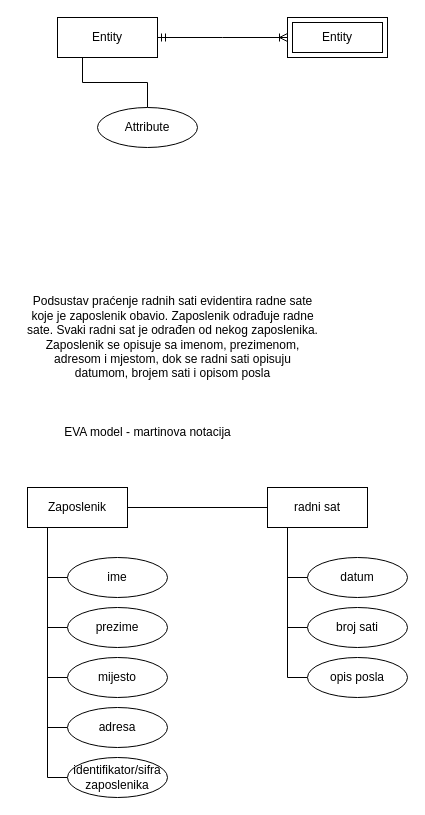
Earlier version of the draw.io diagram Untitled Diagram.drawio (ivorp95/Telematika). Source tidied: cells renumbered, new cells numbered last; positions are measured from the earlier drawing's top-left corner, leaving out a move shared by most shapes. Both pictures are drawn from the tidied source at 100%, with x=0, y=0 at pixel (17, 17).
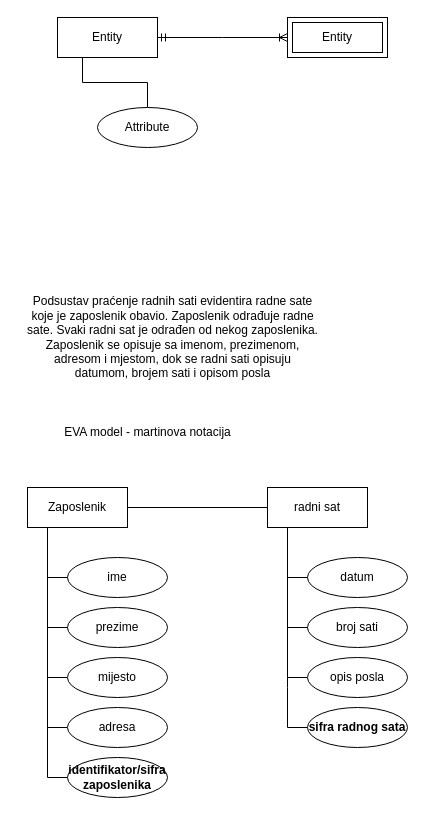
The same diagram, later.

Change to the diagram source:
```diff
@@
-    <mxCell id="21" value="identifikator/sifra zaposlenika" style="ellipse;whiteSpace=wrap;html=1;align=center;" parent="1" vertex="1">
+    <mxCell id="21" value="&lt;b&gt;identifikator/sifra zaposlenika&lt;/b&gt;" style="ellipse;whiteSpace=wrap;html=1;align=center;" parent="1" vertex="1">
       <mxGeometry x="50" y="740" width="100" height="40" as="geometry" />
     </mxCell>
@@
+    <mxCell id="28" style="edgeStyle=orthogonalEdgeStyle;rounded=0;jettySize=auto;html=1;exitX=0;exitY=0.5;exitDx=0;exitDy=0;endArrow=none;endFill=0;" parent="1" edge="1" source="29">
+      <mxGeometry relative="1" as="geometry">
+        <mxPoint x="270" y="660" as="targetPoint" />
+      </mxGeometry>
+    </mxCell>
+    <mxCell id="29" value="&lt;b&gt;sifra radnog sata&lt;/b&gt;" style="ellipse;whiteSpace=wrap;html=1;align=center;" parent="1" vertex="1">
+      <mxGeometry x="290" y="690" width="100" height="40" as="geometry" />
+    </mxCell>
```
